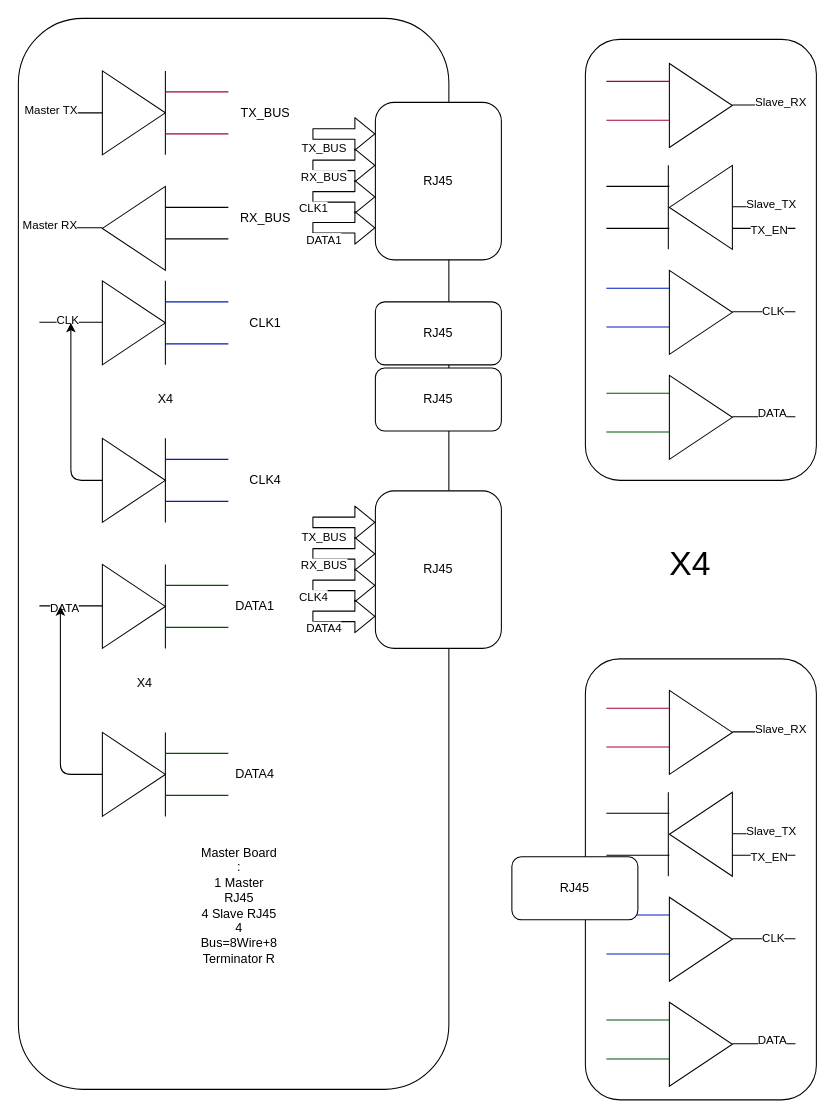
Above: docs/subtitles/SyncExpander/bus.dio in tzechienchu/mynotes (draw.io), before the change. Source tidied: cells renumbered, new cells numbered last; positions are measured from the earlier drawing's top-left corner, leaving out a move shared by most shapes. Both pictures are drawn from the tidied source at 105%, with x=0, y=0 at pixel (18, 18).
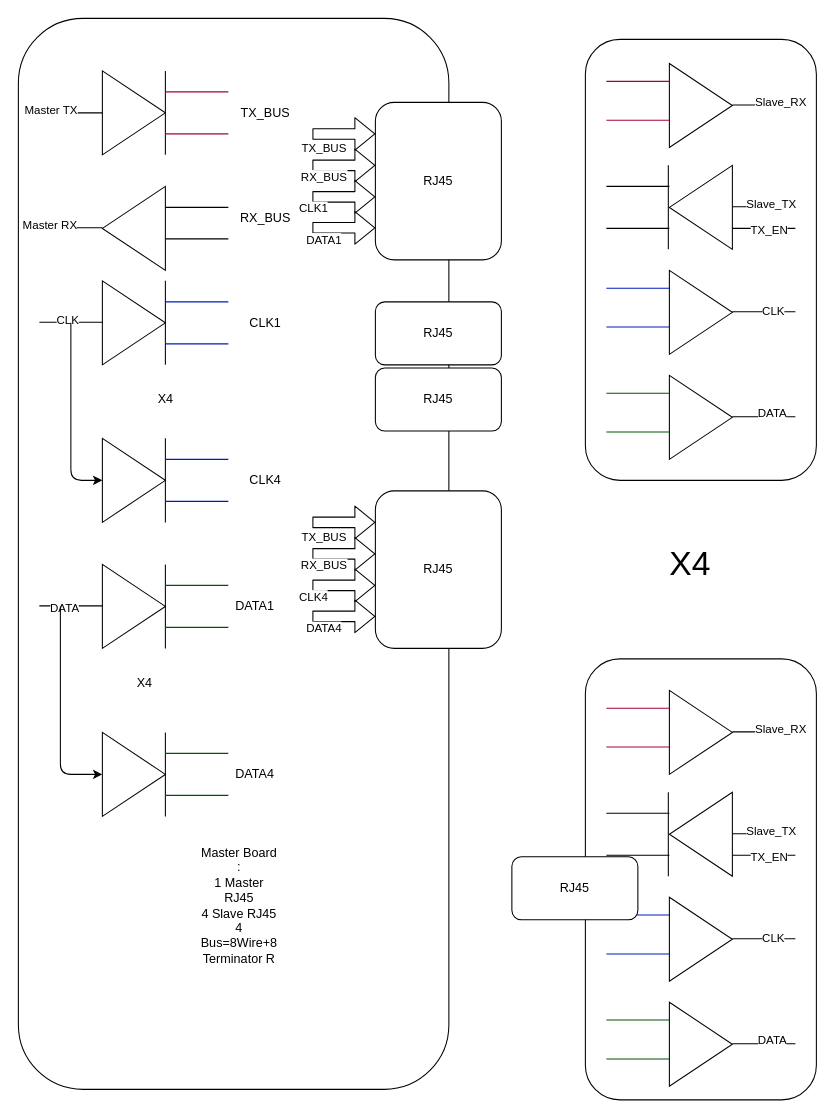
The same page after the edit.

Commit message (it also covers changes not shown here):
add bus1 and pyboard block diagram

Unchanged cells that the change refers to:
```xml
<mxCell id="87" style="triangle;whiteSpace=wrap;html=1;" parent="1" vertex="1">
  <mxGeometry x="80" y="400" width="60" height="80" as="geometry" />
</mxCell>
<mxCell id="94" style="triangle;whiteSpace=wrap;html=1;" parent="1" vertex="1">
  <mxGeometry x="80" y="680" width="60" height="80" as="geometry" />
</mxCell>
```

The edit, as a diff of the source:
```diff
@@
-    <mxCell id="86" style="edgeStyle=none;html=1;exitX=0;exitY=0.5;exitDx=0;exitDy=0;" parent="1" edge="1" source="87">
+    <mxCell id="86" style="edgeStyle=none;html=1;exitX=0;exitY=0.5;exitDx=0;exitDy=0;endArrow=none;endFill=0;startArrow=classic;startFill=1;" parent="1" edge="1" source="87">
       <mxGeometry relative="1" as="geometry">
         <mxPoint x="50" y="290" as="targetPoint" />
         <Array as="points">
           <mxPoint x="50" y="440" />
         </Array>
       </mxGeometry>
     </mxCell>
@@
-    <mxCell id="93" style="edgeStyle=none;html=1;exitX=0;exitY=0.5;exitDx=0;exitDy=0;" parent="1" edge="1" source="94">
+    <mxCell id="93" style="edgeStyle=none;html=1;exitX=0;exitY=0.5;exitDx=0;exitDy=0;startArrow=classic;startFill=1;endArrow=none;endFill=0;" parent="1" edge="1" source="94">
       <mxGeometry relative="1" as="geometry">
         <mxPoint x="40" y="560" as="targetPoint" />
         <Array as="points">
           <mxPoint x="40" y="720" />
         </Array>
       </mxGeometry>
     </mxCell>
```
